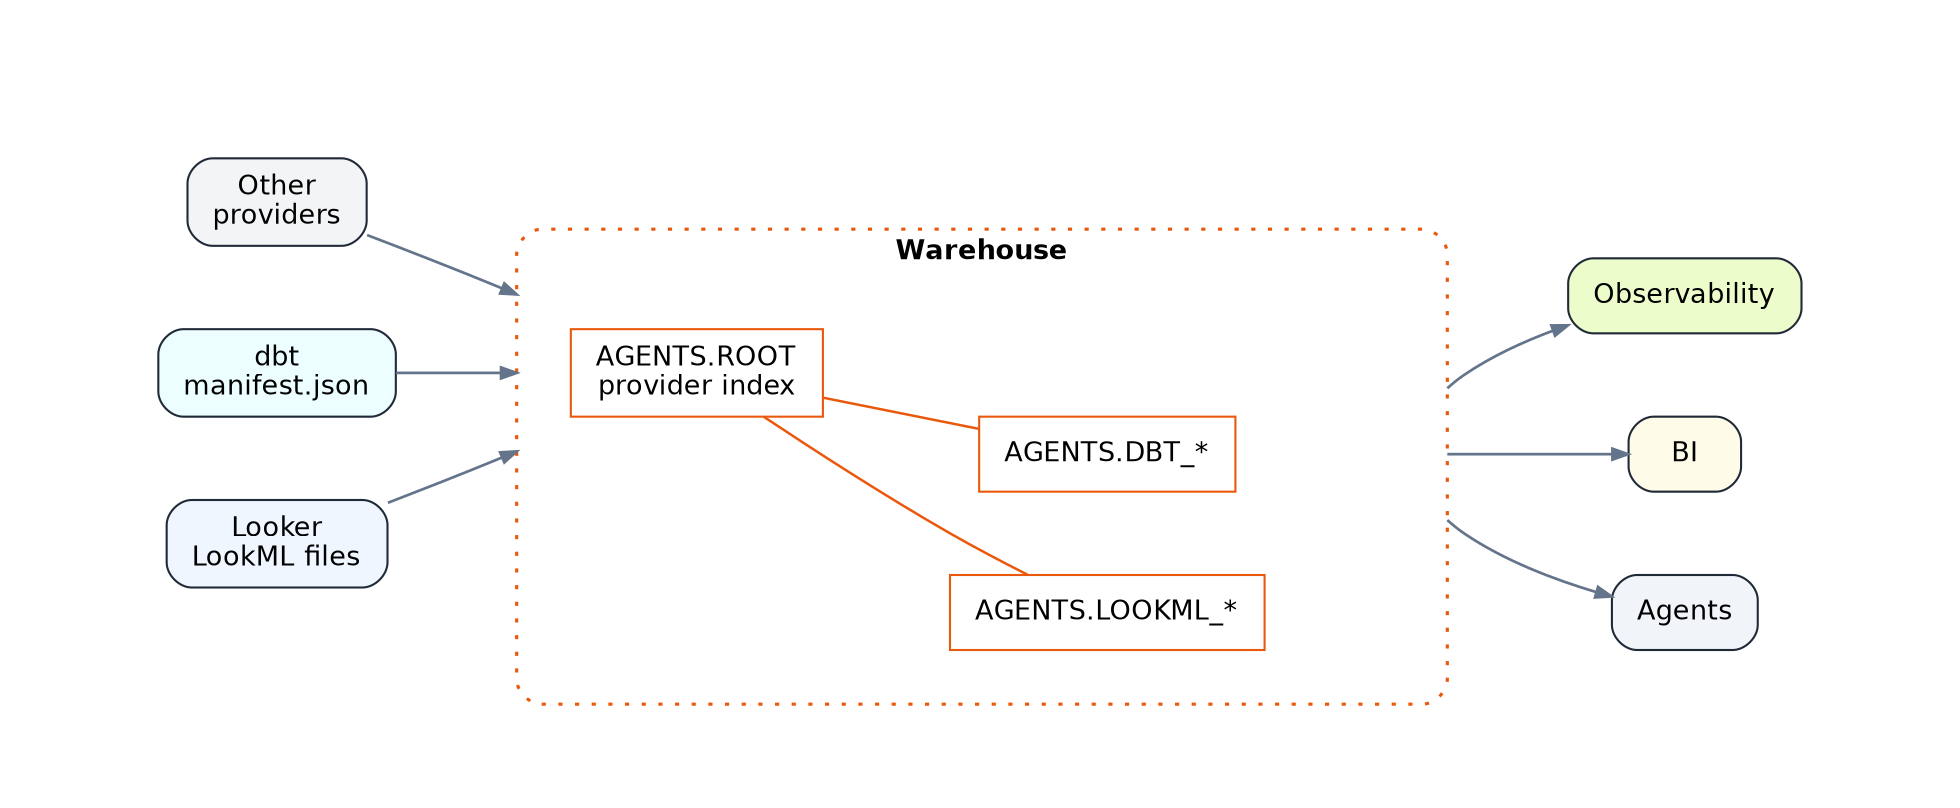
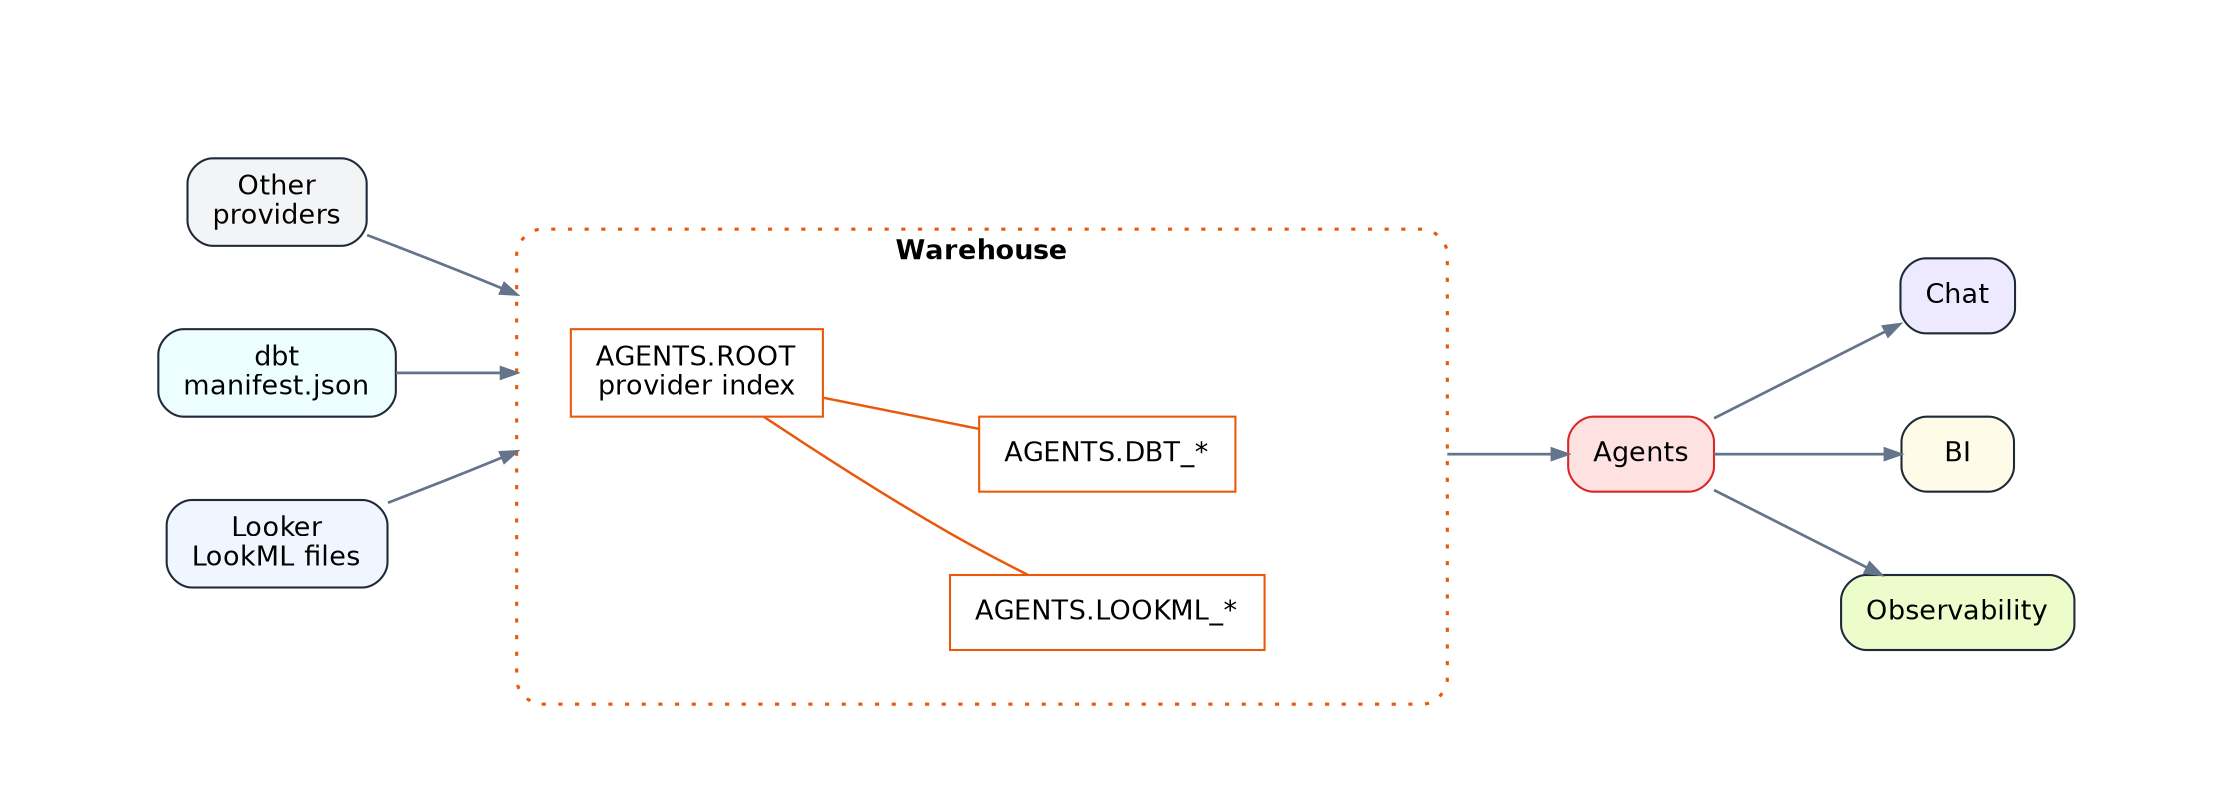
digraph AgentsSchemaOverview {
  rankdir=LR;
  graph [bgcolor="white", pad="0.25", nodesep="0.55", ranksep="0.85"];
  node [fontname="Helvetica", fontsize=13, margin="0.16,0.10"];
  edge [color="#64748b", penwidth=1.3, arrowsize=0.75];

  subgraph cluster_providers {
    label="";
    style="invis";
    margin=50;

    other_providers [label="Other\nproviders", shape=box, style="rounded,filled", fillcolor="#f3f4f6", color="#1f2937"];
    dbt_provider [label="dbt\nmanifest.json", shape=box, style="rounded,filled", fillcolor="#ecfeff", color="#1f2937"];
    looker_provider [label="Looker\nLookML files", shape=box, style="rounded,filled", fillcolor="#eff6ff", color="#1f2937"];
    { rank=same; looker_provider; dbt_provider; other_providers; }
  }

  subgraph cluster_schema {
    label="Warehouse";
    fontname="Helvetica-Bold";
    fontsize=13;
    labelloc="t";
    style="rounded,dotted";
    margin=26;
    color="#ea580c";
    penwidth=1.5;

    lookml [label="AGENTS.LOOKML_*", shape=box, style="filled", fillcolor="white", color="#ea580c"];
    root [label="AGENTS.ROOT\nprovider index", shape=box, style="filled", fillcolor="white", color="#ea580c"];
    dbt_tables [label="AGENTS.DBT_*", shape=box, style="filled", fillcolor="white", color="#ea580c"];
    egress [label="", shape=point, width=0.01, height=0.01, style=invis];

    { rank=same; lookml; dbt_tables; }

    root -> lookml [dir=none, color="#ea580c", penwidth=1.2];
    root -> dbt_tables [dir=none, color="#ea580c", penwidth=1.2];
    root -> egress [dir=none, style=invis, weight=4];
    lookml -> egress [dir=none, style=invis, weight=4];
    dbt_tables -> egress [dir=none, style=invis, weight=4];
  }

  subgraph cluster_consumers {
    label="";
    style="invis";
    margin=50;

+     agents [label="Agents", shape=box, style="rounded,filled", fillcolor="#fee2e2", color="#dc2626"];
+     chat [label="Chat", shape=box, style="rounded,filled", fillcolor="#ede9fe", color="#1f2937"];
+     bi [label="BI", shape=box, style="rounded,filled", fillcolor="#fefce8", color="#1f2937"];
    observability [label="Observability", shape=box, style="rounded,filled", fillcolor="#ecfccb", color="#1f2937"];
-     bi [label="BI", shape=box, style="rounded,filled", fillcolor="#fefce8", color="#1f2937"];
-     agents [label="Agents", shape=box, style="rounded,filled", fillcolor="#f1f5f9", color="#1f2937"];
-     { rank=same; agents; bi; observability; }
+     { rank=same; observability; bi; chat; }
+     observability -> bi [style=invis];
+     bi -> chat [style=invis];
  }

  compound=true;

  looker_provider -> root [lhead=cluster_schema];
  dbt_provider -> root [lhead=cluster_schema];
  other_providers -> root [lhead=cluster_schema];

  egress -> agents [ltail=cluster_schema];
-   egress -> observability [ltail=cluster_schema];
-   egress -> bi [ltail=cluster_schema];
+   agents -> chat;
+   agents -> bi;
+   agents -> observability;
}
